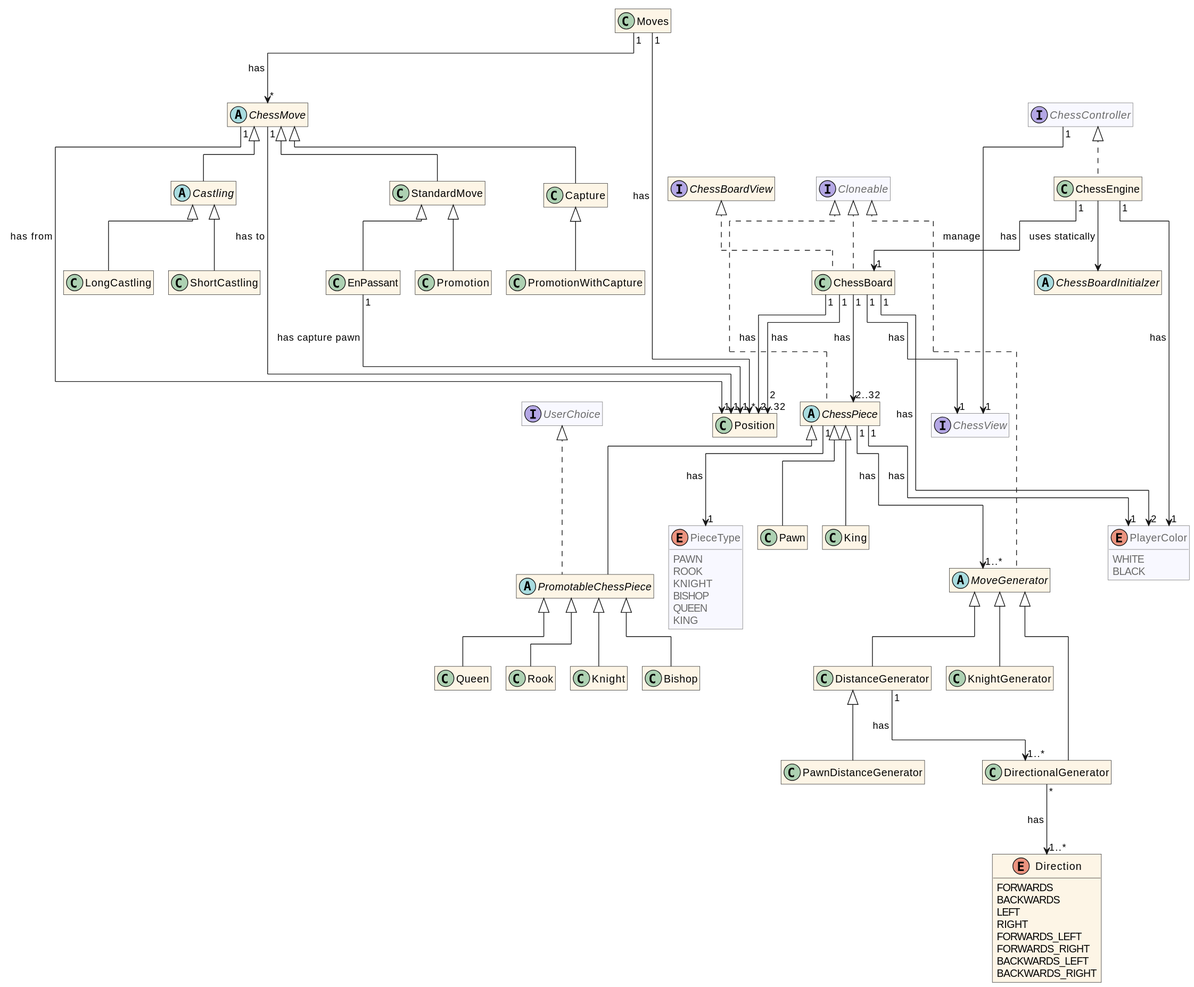
The PlantUML diagram docs/assets/uml-simple.svg in HEIG-VD-BA3-POO/labo08, before a commit.
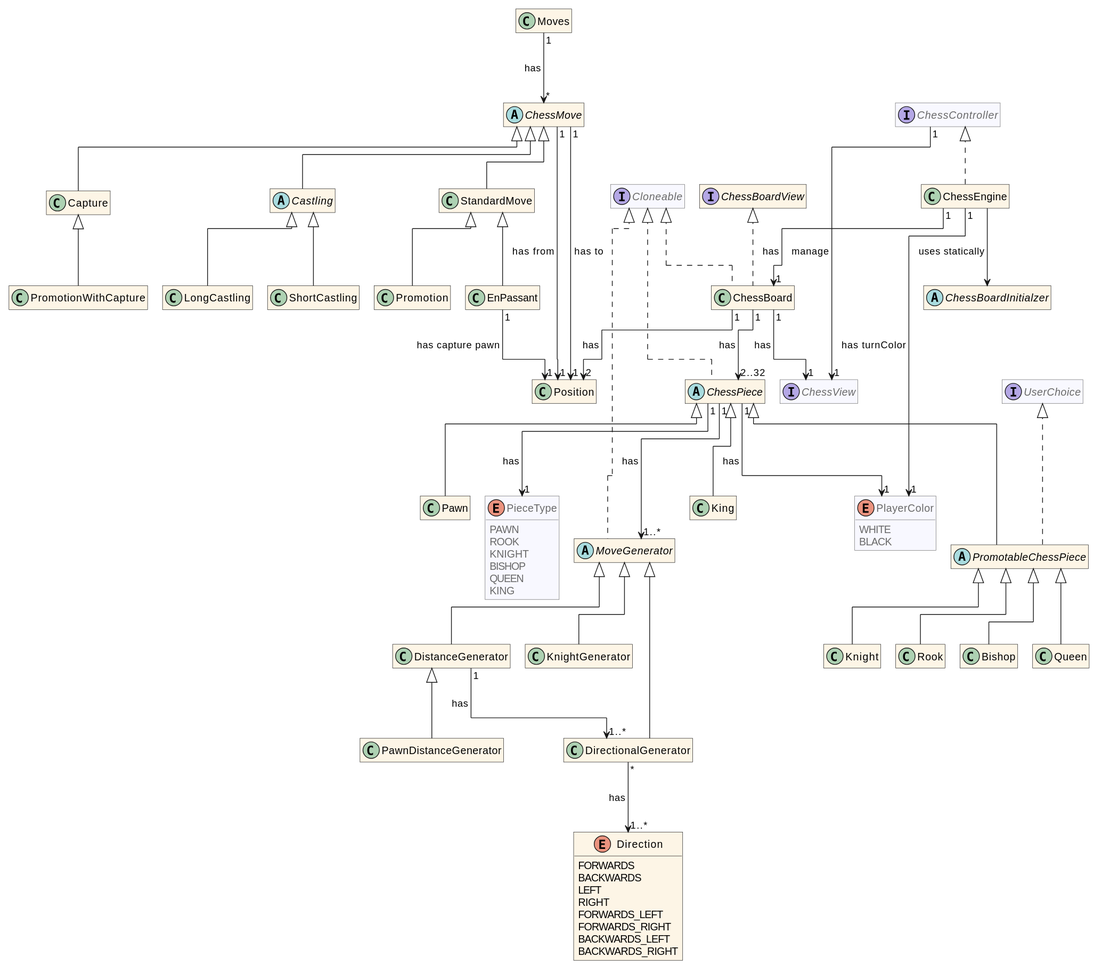
Later version of the same file.

The edit, as a diff of the source:
```diff
@@ -102,12 +102,10 @@
 ChessController "1" --> "1" ChessView : manage >
 
 ChessEngine "1" --> "1" ChessBoard : has >
-ChessEngine "1" --> "1" PlayerColor : has >
+ChessEngine "1" --> "1" PlayerColor : has turnColor >
 ChessEngine --> ChessBoardInitialzer : uses statically >
 ChessBoard "1" --> "1" ChessView : has >
 ChessBoard "1" --> "2..32" ChessPiece : has >
-ChessBoard "1" --> "2..32" Position : has >
-ChessBoard "1" --> "2" PlayerColor : has >
 ChessBoard "1" --> "2" Position : has >
 ChessPiece "1" --> "1" PieceType : has >
 ChessPiece "1" --> "1" PlayerColor : has >
@@ -118,7 +116,6 @@
 
 ChessMove "1" --> "1" Position : has from >
 ChessMove "1" --> "1" Position : has to >
-Moves "1" --> "*" Position : has >
 Moves "1" --> "*" ChessMove : has >
 EnPassant "1" --> "1" Position : has capture pawn >
 @enduml
```
